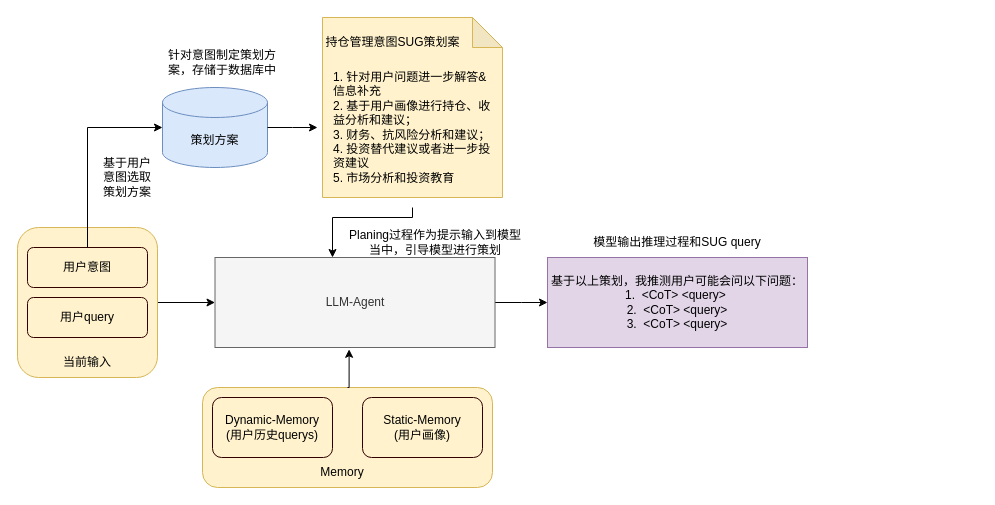
ZhangHammer/ZhangHammer keeps this draw.io diagram as SUG-Agent.drawio. Above is the earlier version. Source tidied: cells renumbered, new cells numbered last; positions are measured from the earlier drawing's top-left corner, leaving out a move shared by most shapes. Both pictures are drawn from the tidied source at 100%, with x=0, y=0 at pixel (17, 17).
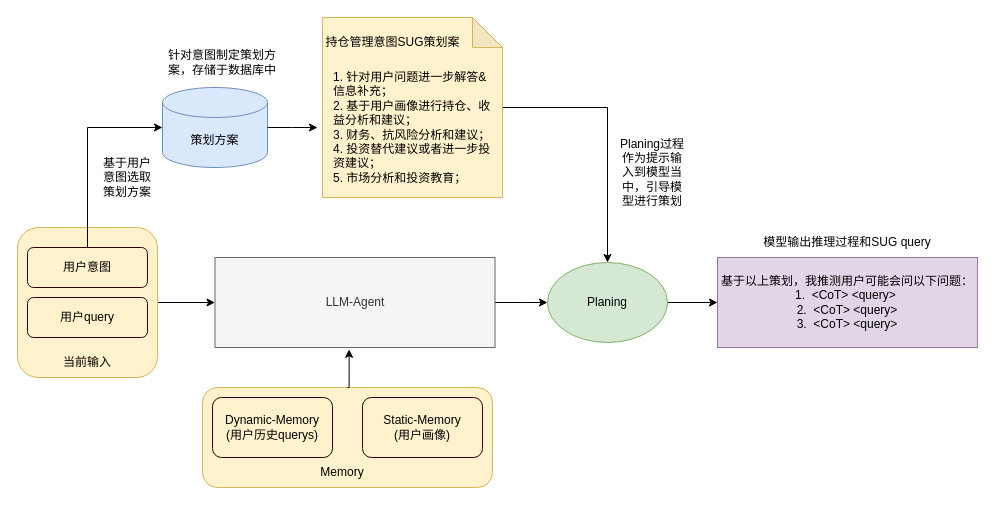
The same diagram, later.

Unchanged cells that the change refers to:
```xml
<mxCell id="6" value="LLM-Agent" style="rounded=0;whiteSpace=wrap;html=1;fillColor=#f5f5f5;fontColor=#333333;strokeColor=#666666;" parent="1" vertex="1">
  <mxGeometry x="197.5" y="240" width="280" height="90" as="geometry" />
</mxCell>
<mxCell id="13" style="shape=note;whiteSpace=wrap;html=1;backgroundOutline=1;darkOpacity=0.05;fillColor=#fff2cc;strokeColor=#d6b656;" parent="1" vertex="1">
  <mxGeometry x="305" width="180" height="180" as="geometry" />
</mxCell>
```

The edit, as a diff of the source:
```diff
@@
+    <mxCell id="26" style="edgeStyle=orthogonalEdgeStyle;rounded=0;jettySize=auto;html=1;" parent="1" edge="1" source="13" target="28">
+      <mxGeometry relative="1" as="geometry" />
+    </mxCell>
@@
-    <mxCell id="14" style="edgeStyle=orthogonalEdgeStyle;rounded=0;jettySize=auto;html=1;" parent="1" edge="1" source="15" target="6">
-      <mxGeometry relative="1" as="geometry">
-        <Array as="points">
-          <mxPoint x="395" y="200" />
-          <mxPoint x="315" y="200" />
-        </Array>
-      </mxGeometry>
-    </mxCell>
-    <mxCell id="15" value="&lt;div style=&quot;text-align: left;&quot;&gt;&lt;span style=&quot;background-color: initial;&quot;&gt;1. 针对用户问题进一步解答&amp;amp;信息补充&lt;/span&gt;&lt;/div&gt;&lt;div style=&quot;text-align: left;&quot;&gt;&lt;span style=&quot;background-color: initial;&quot;&gt;2. 基于用户画像进行持仓、收益分析和建议；&lt;/span&gt;&lt;/div&gt;&lt;div style=&quot;text-align: left;&quot;&gt;&lt;span style=&quot;background-color: initial;&quot;&gt;3. 财务、抗风险分析和建议；&lt;/span&gt;&lt;/div&gt;&lt;div style=&quot;text-align: left;&quot;&gt;&lt;span style=&quot;background-color: initial;&quot;&gt;4. 投资替代建议或者进一步投资建议&lt;/span&gt;&lt;/div&gt;&lt;div style=&quot;text-align: left;&quot;&gt;&lt;span style=&quot;background-color: initial;&quot;&gt;5. 市场分析和投资教育&lt;/span&gt;&lt;/div&gt;" style="text;html=1;strokeColor=none;fillColor=none;align=center;verticalAlign=middle;whiteSpace=wrap;rounded=0;" parent="1" vertex="1">
+    <mxCell id="15" value="&lt;div style=&quot;text-align: left;&quot;&gt;&lt;span style=&quot;background-color: initial;&quot;&gt;1. 针对用户问题进一步解答&amp;amp;信息补充；&lt;/span&gt;&lt;/div&gt;&lt;div style=&quot;text-align: left;&quot;&gt;&lt;span style=&quot;background-color: initial;&quot;&gt;2. 基于用户画像进行持仓、收益分析和建议；&lt;/span&gt;&lt;/div&gt;&lt;div style=&quot;text-align: left;&quot;&gt;&lt;span style=&quot;background-color: initial;&quot;&gt;3. 财务、抗风险分析和建议；&lt;/span&gt;&lt;/div&gt;&lt;div style=&quot;text-align: left;&quot;&gt;&lt;span style=&quot;background-color: initial;&quot;&gt;4. 投资替代建议或者进一步投资建议；&lt;/span&gt;&lt;/div&gt;&lt;div style=&quot;text-align: left;&quot;&gt;&lt;span style=&quot;background-color: initial;&quot;&gt;5. 市场分析和投资教育；&lt;/span&gt;&lt;/div&gt;" style="text;html=1;strokeColor=none;fillColor=none;align=center;verticalAlign=middle;whiteSpace=wrap;rounded=0;" parent="1" vertex="1">
       <mxGeometry x="315" y="30" width="160" height="160" as="geometry" />
     </mxCell>
@@
     <mxCell id="23" value="模型输出推理过程和SUG query" style="text;html=1;strokeColor=none;fillColor=none;align=center;verticalAlign=middle;whiteSpace=wrap;rounded=0;" parent="1" vertex="1">
-      <mxGeometry x="560" y="210" width="200" height="30" as="geometry" />
+      <mxGeometry x="730" y="210" width="200" height="30" as="geometry" />
     </mxCell>
     <mxCell id="24" value="基于以上策划，我推测用户可能会问以下问题：&lt;br style=&quot;border-color: var(--border-color); color: rgb(0, 0, 0);&quot;&gt;&lt;span style=&quot;border-color: var(--border-color); color: rgb(0, 0, 0);&quot;&gt;1.&amp;nbsp; &amp;lt;CoT&amp;gt; &amp;lt;query&amp;gt;&amp;nbsp;&lt;/span&gt;&lt;br style=&quot;border-color: var(--border-color); color: rgb(0, 0, 0);&quot;&gt;&lt;span style=&quot;border-color: var(--border-color); color: rgb(0, 0, 0);&quot;&gt;2.&amp;nbsp; &amp;lt;CoT&amp;gt; &amp;lt;query&amp;gt;&lt;/span&gt;&lt;br style=&quot;border-color: var(--border-color); color: rgb(0, 0, 0);&quot;&gt;&lt;span style=&quot;border-color: var(--border-color); color: rgb(0, 0, 0);&quot;&gt;3.&amp;nbsp; &amp;lt;CoT&amp;gt; &amp;lt;query&amp;gt;&lt;/span&gt;" style="rounded=0;whiteSpace=wrap;html=1;fillColor=#e1d5e7;strokeColor=#9673a6;" parent="1" vertex="1">
-      <mxGeometry x="530" y="240" width="260" height="90" as="geometry" />
+      <mxGeometry x="700" y="240" width="260" height="90" as="geometry" />
     </mxCell>
     <mxCell id="25" value="Planing过程作为提示输入到模型当中，引导模型进行策划" style="text;html=1;strokeColor=none;fillColor=none;align=center;verticalAlign=middle;whiteSpace=wrap;rounded=0;" parent="1" vertex="1">
-      <mxGeometry x="330" y="210" width="176" height="30" as="geometry" />
+      <mxGeometry x="600" y="110" width="70" height="90" as="geometry" />
     </mxCell>
+    <mxCell id="27" style="edgeStyle=orthogonalEdgeStyle;rounded=0;jettySize=auto;html=1;exitX=1;exitY=0.5;exitDx=0;exitDy=0;" parent="1" edge="1" source="28" target="24">
+      <mxGeometry relative="1" as="geometry" />
+    </mxCell>
+    <mxCell id="28" value="Planing" style="ellipse;whiteSpace=wrap;html=1;fillColor=#d5e8d4;strokeColor=#82b366;" parent="1" vertex="1">
+      <mxGeometry x="530" y="245" width="120" height="80" as="geometry" />
+    </mxCell>
```
